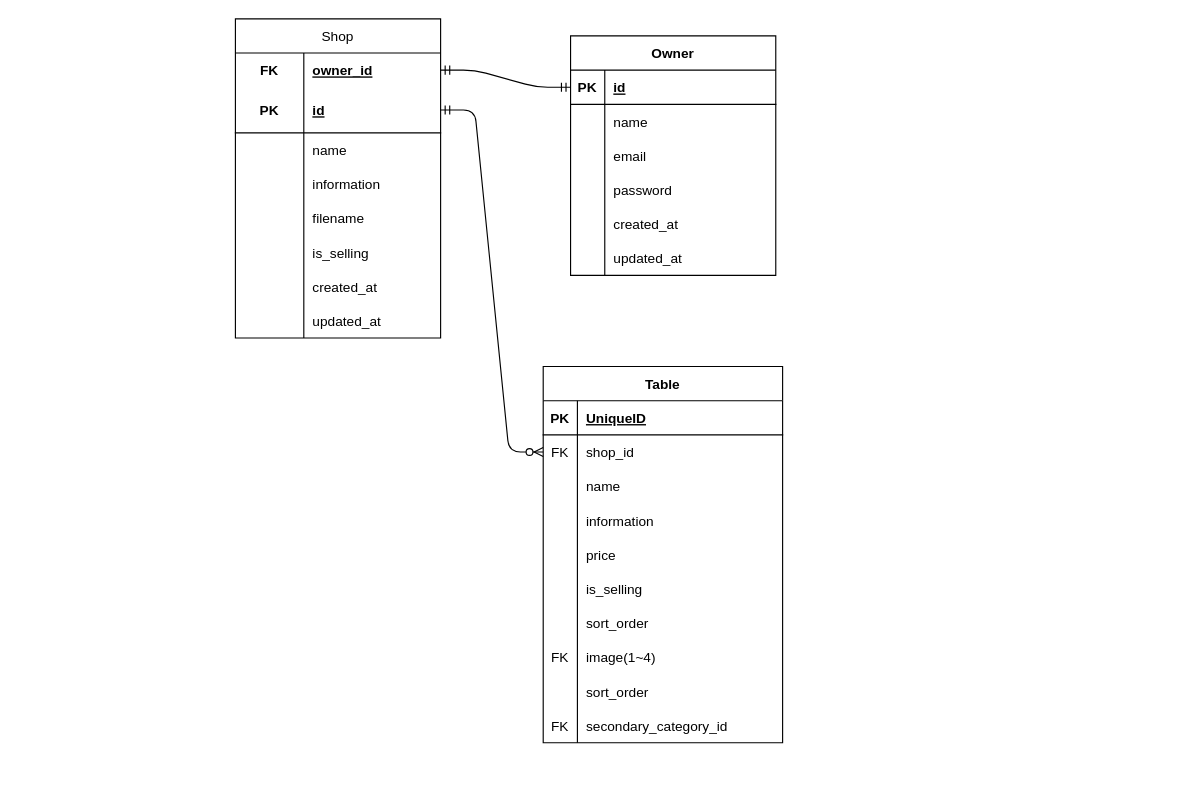
Above: ecsite.dio in kaitoiha/ECsite (draw.io), before the change. Source tidied: cells renumbered, new cells numbered last; positions are measured from the earlier drawing's top-left corner, leaving out a move shared by most shapes. Both pictures are drawn from the tidied source at 114%, with x=0, y=0 at pixel (235, 18).
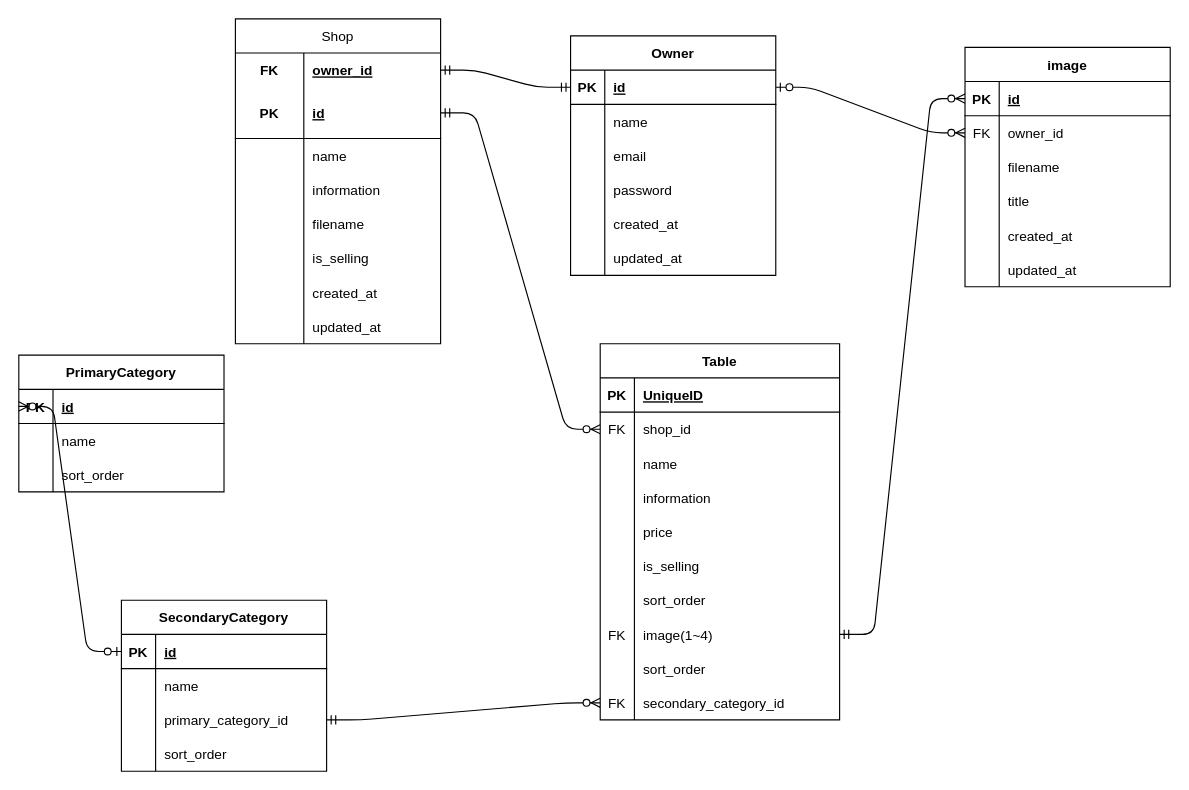
The same diagram, later.

Unchanged cells that the change refers to:
```xml
<mxCell id="3" style="shape=tableRow;horizontal=0;startSize=0;swimlaneHead=0;swimlaneBody=0;fillColor=none;points=[[0,0.5],[1,0.5]];portConstraint=eastwest;top=0;left=0;right=0;bottom=1;" parent="2" vertex="1">
  <mxGeometry y="30" width="180" height="30" as="geometry" />
</mxCell>
<mxCell id="69" style="shape=tableRow;horizontal=0;startSize=0;swimlaneHead=0;swimlaneBody=0;fillColor=none;points=[[0,0.5],[1,0.5]];portConstraint=eastwest;top=0;left=0;right=0;bottom=0;" parent="47" vertex="1">
  <mxGeometry y="240" width="210" height="30" as="geometry" />
</mxCell>
<mxCell id="75" style="shape=tableRow;horizontal=0;startSize=0;swimlaneHead=0;swimlaneBody=0;fillColor=none;points=[[0,0.5],[1,0.5]];portConstraint=eastwest;top=0;left=0;right=0;bottom=0;" parent="47" vertex="1">
  <mxGeometry y="300" width="210" height="30" as="geometry" />
</mxCell>
```

Change to the diagram source:
```diff
@@
     <mxCell id="21" value="Shop" style="shape=table;startSize=30;childLayout=tableLayout;rowLines=0;fontStyle=0;align=center;" parent="1" vertex="1">
-      <mxGeometry width="180" height="280" as="geometry" />
+      <mxGeometry width="180" height="285" as="geometry" />
     </mxCell>
@@
     <mxCell id="25" style="shape=tableRow;horizontal=0;startSize=0;swimlaneHead=0;swimlaneBody=0;fillColor=none;points=[[0,0.5],[1,0.5]];portConstraint=eastwest;top=0;left=0;right=0;bottom=1;" parent="21" vertex="1">
-      <mxGeometry y="60" width="180" height="40" as="geometry" />
+      <mxGeometry y="60" width="180" height="45" as="geometry" />
     </mxCell>
     <mxCell id="26" value="PK" style="shape=partialRectangle;fillColor=none;top=0;left=0;bottom=0;right=0;fontStyle=1;overflow=hidden;" parent="25" vertex="1">
-      <mxGeometry width="60" height="40" as="geometry" />
+      <mxGeometry width="60" height="45" as="geometry" />
     </mxCell>
     <mxCell id="27" value="id" style="shape=partialRectangle;fillColor=none;top=0;left=0;bottom=0;right=0;align=left;spacingLeft=6;fontStyle=5;overflow=hidden;" parent="25" vertex="1">
-      <mxGeometry x="60" width="120" height="40" as="geometry" />
+      <mxGeometry x="60" width="120" height="45" as="geometry" />
     </mxCell>
     <mxCell id="28" style="shape=tableRow;horizontal=0;startSize=0;swimlaneHead=0;swimlaneBody=0;fillColor=none;top=0;left=0;right=0;bottom=0;" parent="21" vertex="1">
-      <mxGeometry y="100" width="180" height="30" as="geometry" />
+      <mxGeometry y="105" width="180" height="30" as="geometry" />
     </mxCell>
@@
     <mxCell id="31" style="shape=tableRow;horizontal=0;startSize=0;swimlaneHead=0;swimlaneBody=0;fillColor=none;top=0;left=0;right=0;bottom=0;" parent="21" vertex="1">
-      <mxGeometry y="130" width="180" height="30" as="geometry" />
+      <mxGeometry y="135" width="180" height="30" as="geometry" />
     </mxCell>
@@
     <mxCell id="34" style="shape=tableRow;horizontal=0;startSize=0;swimlaneHead=0;swimlaneBody=0;fillColor=none;top=0;left=0;right=0;bottom=0;" parent="21" vertex="1">
-      <mxGeometry y="160" width="180" height="30" as="geometry" />
+      <mxGeometry y="165" width="180" height="30" as="geometry" />
     </mxCell>
@@
     <mxCell id="37" style="shape=tableRow;horizontal=0;startSize=0;swimlaneHead=0;swimlaneBody=0;fillColor=none;top=0;left=0;right=0;bottom=0;" parent="21" vertex="1">
-      <mxGeometry y="190" width="180" height="30" as="geometry" />
+      <mxGeometry y="195" width="180" height="30" as="geometry" />
     </mxCell>
@@
     <mxCell id="40" style="shape=tableRow;horizontal=0;startSize=0;swimlaneHead=0;swimlaneBody=0;fillColor=none;top=0;left=0;right=0;bottom=0;" parent="21" vertex="1">
-      <mxGeometry y="220" width="180" height="30" as="geometry" />
+      <mxGeometry y="225" width="180" height="30" as="geometry" />
     </mxCell>
@@
     <mxCell id="43" style="shape=tableRow;horizontal=0;startSize=0;swimlaneHead=0;swimlaneBody=0;fillColor=none;top=0;left=0;right=0;bottom=0;" parent="21" vertex="1">
-      <mxGeometry y="250" width="180" height="30" as="geometry" />
+      <mxGeometry y="255" width="180" height="30" as="geometry" />
     </mxCell>
@@
     <mxCell id="47" value="Table" style="shape=table;startSize=30;childLayout=tableLayout;rowLines=0;fontStyle=1;align=center;" parent="1" vertex="1">
-      <mxGeometry x="270" y="305" width="210" height="330" as="geometry" />
+      <mxGeometry x="320" y="285" width="210" height="330" as="geometry" />
     </mxCell>
@@
+    <mxCell id="79" value="PrimaryCategory" style="shape=table;startSize=30;childLayout=tableLayout;rowLines=0;fontStyle=1;align=center;" parent="1" vertex="1">
+      <mxGeometry x="-190" y="295" width="180" height="120" as="geometry" />
+    </mxCell>
+    <mxCell id="80" style="shape=tableRow;horizontal=0;startSize=0;swimlaneHead=0;swimlaneBody=0;fillColor=none;points=[[0,0.5],[1,0.5]];portConstraint=eastwest;top=0;left=0;right=0;bottom=1;" parent="79" vertex="1">
+      <mxGeometry y="30" width="180" height="30" as="geometry" />
+    </mxCell>
+    <mxCell id="81" value="PK" style="shape=partialRectangle;fillColor=none;top=0;left=0;bottom=0;right=0;fontStyle=1;overflow=hidden;" parent="80" vertex="1">
+      <mxGeometry width="30" height="30" as="geometry" />
+    </mxCell>
+    <mxCell id="82" value="id" style="shape=partialRectangle;fillColor=none;top=0;left=0;bottom=0;right=0;align=left;spacingLeft=6;fontStyle=5;overflow=hidden;" parent="80" vertex="1">
+      <mxGeometry x="30" width="150" height="30" as="geometry" />
+    </mxCell>
+    <mxCell id="83" style="shape=tableRow;horizontal=0;startSize=0;swimlaneHead=0;swimlaneBody=0;fillColor=none;top=0;left=0;right=0;bottom=0;" parent="79" vertex="1">
+      <mxGeometry y="60" width="180" height="30" as="geometry" />
+    </mxCell>
+    <mxCell id="84" style="shape=partialRectangle;fillColor=none;top=0;left=0;bottom=0;right=0;overflow=hidden;" parent="83" vertex="1">
+      <mxGeometry width="30" height="30" as="geometry" />
+    </mxCell>
+    <mxCell id="85" value="name" style="shape=partialRectangle;fillColor=none;top=0;left=0;bottom=0;right=0;align=left;spacingLeft=6;overflow=hidden;" parent="83" vertex="1">
+      <mxGeometry x="30" width="150" height="30" as="geometry" />
+    </mxCell>
+    <mxCell id="86" style="shape=tableRow;horizontal=0;startSize=0;swimlaneHead=0;swimlaneBody=0;fillColor=none;top=0;left=0;right=0;bottom=0;" parent="79" vertex="1">
+      <mxGeometry y="90" width="180" height="30" as="geometry" />
+    </mxCell>
+    <mxCell id="87" style="shape=partialRectangle;fillColor=none;top=0;left=0;bottom=0;right=0;overflow=hidden;" parent="86" vertex="1">
+      <mxGeometry width="30" height="30" as="geometry" />
+    </mxCell>
+    <mxCell id="88" value="sort_order" style="shape=partialRectangle;fillColor=none;top=0;left=0;bottom=0;right=0;align=left;spacingLeft=6;overflow=hidden;" parent="86" vertex="1">
+      <mxGeometry x="30" width="150" height="30" as="geometry" />
+    </mxCell>
+    <mxCell id="89" value="SecondaryCategory" style="shape=table;startSize=30;childLayout=tableLayout;rowLines=0;fontStyle=1;align=center;" parent="1" vertex="1">
+      <mxGeometry x="-100" y="510" width="180" height="150" as="geometry" />
+    </mxCell>
+    <mxCell id="90" style="shape=tableRow;horizontal=0;startSize=0;swimlaneHead=0;swimlaneBody=0;fillColor=none;points=[[0,0.5],[1,0.5]];portConstraint=eastwest;top=0;left=0;right=0;bottom=1;" parent="89" vertex="1">
+      <mxGeometry y="30" width="180" height="30" as="geometry" />
+    </mxCell>
+    <mxCell id="91" value="PK" style="shape=partialRectangle;fillColor=none;top=0;left=0;bottom=0;right=0;fontStyle=1;overflow=hidden;" parent="90" vertex="1">
+      <mxGeometry width="30" height="30" as="geometry" />
+    </mxCell>
+    <mxCell id="92" value="id" style="shape=partialRectangle;fillColor=none;top=0;left=0;bottom=0;right=0;align=left;spacingLeft=6;fontStyle=5;overflow=hidden;" parent="90" vertex="1">
+      <mxGeometry x="30" width="150" height="30" as="geometry" />
+    </mxCell>
+    <mxCell id="93" style="shape=tableRow;horizontal=0;startSize=0;swimlaneHead=0;swimlaneBody=0;fillColor=none;top=0;left=0;right=0;bottom=0;" parent="89" vertex="1">
+      <mxGeometry y="60" width="180" height="30" as="geometry" />
+    </mxCell>
+    <mxCell id="94" style="shape=partialRectangle;fillColor=none;top=0;left=0;bottom=0;right=0;overflow=hidden;" parent="93" vertex="1">
+      <mxGeometry width="30" height="30" as="geometry" />
+    </mxCell>
+    <mxCell id="95" value="name" style="shape=partialRectangle;fillColor=none;top=0;left=0;bottom=0;right=0;align=left;spacingLeft=6;overflow=hidden;" parent="93" vertex="1">
+      <mxGeometry x="30" width="150" height="30" as="geometry" />
+    </mxCell>
+    <mxCell id="96" style="shape=tableRow;horizontal=0;startSize=0;swimlaneHead=0;swimlaneBody=0;fillColor=none;points=[[0,0.5],[1,0.5]];portConstraint=eastwest;top=0;left=0;right=0;bottom=0;" parent="89" vertex="1">
+      <mxGeometry y="90" width="180" height="30" as="geometry" />
+    </mxCell>
+    <mxCell id="97" style="shape=partialRectangle;fillColor=none;top=0;left=0;bottom=0;right=0;overflow=hidden;" parent="96" vertex="1">
+      <mxGeometry width="30" height="30" as="geometry" />
+    </mxCell>
+    <mxCell id="98" value="primary_category_id" style="shape=partialRectangle;fillColor=none;top=0;left=0;bottom=0;right=0;align=left;spacingLeft=6;overflow=hidden;" parent="96" vertex="1">
+      <mxGeometry x="30" width="150" height="30" as="geometry" />
+    </mxCell>
+    <mxCell id="99" style="shape=tableRow;horizontal=0;startSize=0;swimlaneHead=0;swimlaneBody=0;fillColor=none;top=0;left=0;right=0;bottom=0;" parent="89" vertex="1">
+      <mxGeometry y="120" width="180" height="30" as="geometry" />
+    </mxCell>
+    <mxCell id="100" style="shape=partialRectangle;fillColor=none;top=0;left=0;bottom=0;right=0;overflow=hidden;" parent="99" vertex="1">
+      <mxGeometry width="30" height="30" as="geometry" />
+    </mxCell>
+    <mxCell id="101" value="sort_order" style="shape=partialRectangle;fillColor=none;top=0;left=0;bottom=0;right=0;align=left;spacingLeft=6;overflow=hidden;" parent="99" vertex="1">
+      <mxGeometry x="30" width="150" height="30" as="geometry" />
+    </mxCell>
+    <mxCell id="102" style="edgeStyle=entityRelationEdgeStyle;fontSize=12;html=1;endArrow=ERzeroToMany;startArrow=ERzeroToOne;entryX=0;entryY=0.5;entryDx=0;entryDy=0;exitX=0;exitY=0.5;exitDx=0;exitDy=0;" parent="1" edge="1" source="90" target="80">
+      <mxGeometry relative="1" as="geometry" />
+    </mxCell>
+    <mxCell id="103" style="edgeStyle=entityRelationEdgeStyle;fontSize=12;html=1;endArrow=ERzeroToMany;startArrow=ERmandOne;exitX=1;exitY=0.5;exitDx=0;exitDy=0;entryX=0;entryY=0.5;entryDx=0;entryDy=0;" parent="1" edge="1" source="96" target="75">
+      <mxGeometry relative="1" as="geometry" />
+    </mxCell>
+    <mxCell id="104" value="image" style="shape=table;startSize=30;childLayout=tableLayout;rowLines=0;fontStyle=1;align=center;" parent="1" vertex="1">
+      <mxGeometry x="640" y="25" width="180" height="210" as="geometry" />
+    </mxCell>
+    <mxCell id="105" style="shape=tableRow;horizontal=0;startSize=0;swimlaneHead=0;swimlaneBody=0;fillColor=none;points=[[0,0.5],[1,0.5]];portConstraint=eastwest;top=0;left=0;right=0;bottom=1;" parent="104" vertex="1">
+      <mxGeometry y="30" width="180" height="30" as="geometry" />
+    </mxCell>
+    <mxCell id="106" value="PK" style="shape=partialRectangle;fillColor=none;top=0;left=0;bottom=0;right=0;fontStyle=1;overflow=hidden;" parent="105" vertex="1">
+      <mxGeometry width="30" height="30" as="geometry" />
+    </mxCell>
+    <mxCell id="107" value="id" style="shape=partialRectangle;fillColor=none;top=0;left=0;bottom=0;right=0;align=left;spacingLeft=6;fontStyle=5;overflow=hidden;" parent="105" vertex="1">
+      <mxGeometry x="30" width="150" height="30" as="geometry" />
+    </mxCell>
+    <mxCell id="108" style="shape=tableRow;horizontal=0;startSize=0;swimlaneHead=0;swimlaneBody=0;fillColor=none;points=[[0,0.5],[1,0.5]];portConstraint=eastwest;top=0;left=0;right=0;bottom=0;" parent="104" vertex="1">
+      <mxGeometry y="60" width="180" height="30" as="geometry" />
+    </mxCell>
+    <mxCell id="109" value="FK" style="shape=partialRectangle;fillColor=none;top=0;left=0;bottom=0;right=0;overflow=hidden;" parent="108" vertex="1">
+      <mxGeometry width="30" height="30" as="geometry" />
+    </mxCell>
+    <mxCell id="110" value="owner_id" style="shape=partialRectangle;fillColor=none;top=0;left=0;bottom=0;right=0;align=left;spacingLeft=6;overflow=hidden;" parent="108" vertex="1">
+      <mxGeometry x="30" width="150" height="30" as="geometry" />
+    </mxCell>
+    <mxCell id="111" style="shape=tableRow;horizontal=0;startSize=0;swimlaneHead=0;swimlaneBody=0;fillColor=none;top=0;left=0;right=0;bottom=0;" parent="104" vertex="1">
+      <mxGeometry y="90" width="180" height="30" as="geometry" />
+    </mxCell>
+    <mxCell id="112" style="shape=partialRectangle;fillColor=none;top=0;left=0;bottom=0;right=0;overflow=hidden;" parent="111" vertex="1">
+      <mxGeometry width="30" height="30" as="geometry" />
+    </mxCell>
+    <mxCell id="113" value="filename" style="shape=partialRectangle;fillColor=none;top=0;left=0;bottom=0;right=0;align=left;spacingLeft=6;overflow=hidden;" parent="111" vertex="1">
+      <mxGeometry x="30" width="150" height="30" as="geometry" />
+    </mxCell>
+    <mxCell id="114" style="shape=tableRow;horizontal=0;startSize=0;swimlaneHead=0;swimlaneBody=0;fillColor=none;top=0;left=0;right=0;bottom=0;" parent="104" vertex="1">
+      <mxGeometry y="120" width="180" height="30" as="geometry" />
+    </mxCell>
+    <mxCell id="115" style="shape=partialRectangle;fillColor=none;top=0;left=0;bottom=0;right=0;overflow=hidden;" parent="114" vertex="1">
+      <mxGeometry width="30" height="30" as="geometry" />
+    </mxCell>
+    <mxCell id="116" value="title" style="shape=partialRectangle;fillColor=none;top=0;left=0;bottom=0;right=0;align=left;spacingLeft=6;overflow=hidden;" parent="114" vertex="1">
+      <mxGeometry x="30" width="150" height="30" as="geometry" />
+    </mxCell>
+    <mxCell id="117" style="shape=tableRow;horizontal=0;startSize=0;swimlaneHead=0;swimlaneBody=0;fillColor=none;top=0;left=0;right=0;bottom=0;" parent="104" vertex="1">
+      <mxGeometry y="150" width="180" height="30" as="geometry" />
+    </mxCell>
+    <mxCell id="118" style="shape=partialRectangle;fillColor=none;top=0;left=0;bottom=0;right=0;overflow=hidden;" parent="117" vertex="1">
+      <mxGeometry width="30" height="30" as="geometry" />
+    </mxCell>
+    <mxCell id="119" value="created_at" style="shape=partialRectangle;fillColor=none;top=0;left=0;bottom=0;right=0;align=left;spacingLeft=6;overflow=hidden;" parent="117" vertex="1">
+      <mxGeometry x="30" width="150" height="30" as="geometry" />
+    </mxCell>
+    <mxCell id="120" style="shape=tableRow;horizontal=0;startSize=0;swimlaneHead=0;swimlaneBody=0;fillColor=none;top=0;left=0;right=0;bottom=0;" parent="104" vertex="1">
+      <mxGeometry y="180" width="180" height="30" as="geometry" />
+    </mxCell>
+    <mxCell id="121" style="shape=partialRectangle;fillColor=none;top=0;left=0;bottom=0;right=0;overflow=hidden;" parent="120" vertex="1">
+      <mxGeometry width="30" height="30" as="geometry" />
+    </mxCell>
+    <mxCell id="122" value="updated_at" style="shape=partialRectangle;fillColor=none;top=0;left=0;bottom=0;right=0;align=left;spacingLeft=6;overflow=hidden;" parent="120" vertex="1">
+      <mxGeometry x="30" width="150" height="30" as="geometry" />
+    </mxCell>
+    <mxCell id="123" style="edgeStyle=entityRelationEdgeStyle;fontSize=12;html=1;endArrow=ERzeroToMany;startArrow=ERzeroToOne;exitX=1;exitY=0.5;exitDx=0;exitDy=0;entryX=0;entryY=0.5;entryDx=0;entryDy=0;" parent="1" edge="1" source="3" target="108">
+      <mxGeometry relative="1" as="geometry" />
+    </mxCell>
+    <mxCell id="124" style="edgeStyle=entityRelationEdgeStyle;fontSize=12;html=1;endArrow=ERzeroToMany;startArrow=ERmandOne;exitX=1;exitY=0.5;exitDx=0;exitDy=0;entryX=0;entryY=0.5;entryDx=0;entryDy=0;" parent="1" edge="1" source="69" target="105">
+      <mxGeometry relative="1" as="geometry" />
+    </mxCell>
```
